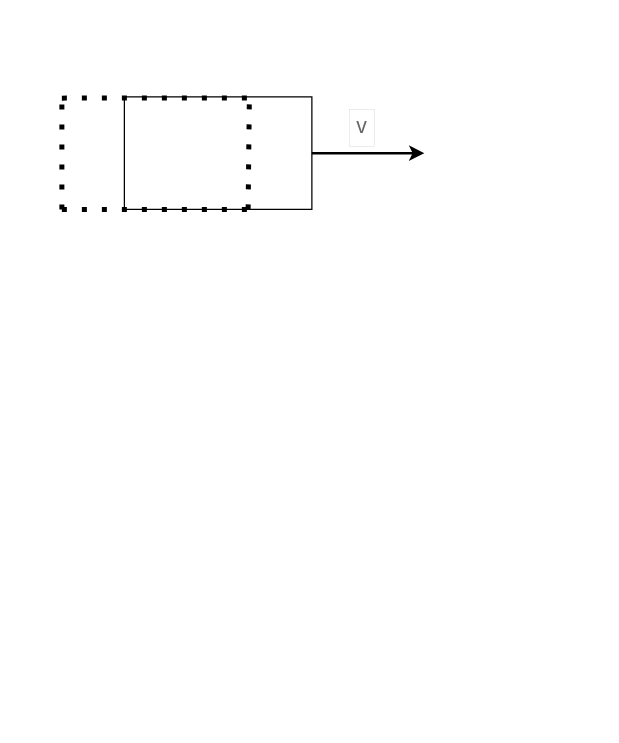
The draw.io diagram Untitled Diagram.drawio in RefractiveIndexbellow1/Math-ia-diagrams, before the edit. Source tidied: cells renumbered, new cells numbered last; positions are measured from the earlier drawing's top-left corner, leaving out a move shared by most shapes. Both pictures are drawn from the tidied source at 125%, with x=0, y=0 at pixel (61, 96). Pictures stored in the file or linked from it are replaced by grey dashed boxes.
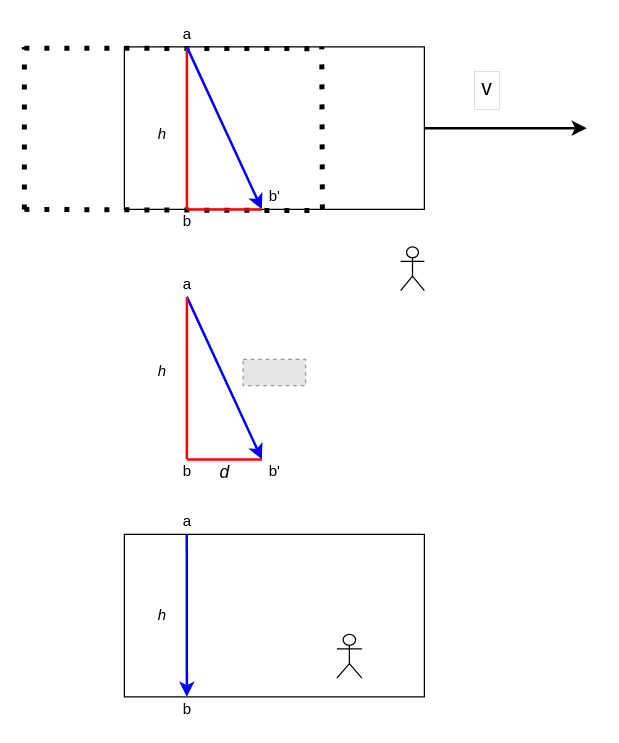
After the change.

Change to the diagram source:
```diff
@@
     <mxCell id="2" style="rounded=0;whiteSpace=wrap;html=1;" parent="1" vertex="1">
-      <mxGeometry x="50" width="150" height="90" as="geometry" />
+      <mxGeometry x="50" y="-40" width="240" height="130" as="geometry" />
     </mxCell>
     <mxCell id="3" style="endArrow=none;dashed=1;html=1;dashPattern=1 3;strokeWidth=4;rounded=0;" parent="1" edge="1">
       <mxGeometry relative="1" as="geometry">
-        <mxPoint y="90" as="sourcePoint" />
-        <mxPoint as="targetPoint" />
+        <mxPoint x="-30" y="90" as="sourcePoint" />
+        <mxPoint x="-30" y="-40" as="targetPoint" />
       </mxGeometry>
     </mxCell>
     <mxCell id="4" style="endArrow=none;dashed=1;html=1;dashPattern=1 3;strokeWidth=4;rounded=0;entryX=0.66;entryY=0.011;entryDx=0;entryDy=0;entryPerimeter=0;endSize=6;" parent="1" edge="1" target="2">
       <mxGeometry relative="1" as="geometry">
-        <mxPoint y="1" as="sourcePoint" />
+        <mxPoint x="-30" y="-39" as="sourcePoint" />
       </mxGeometry>
     </mxCell>
-    <mxCell id="5" style="endArrow=none;dashed=1;html=1;dashPattern=1 3;strokeWidth=4;rounded=0;exitX=0.66;exitY=1;exitDx=0;exitDy=0;exitPerimeter=0;" parent="1" edge="1" source="2">
-      <mxGeometry relative="1" as="geometry">
-        <mxPoint x="150" as="targetPoint" />
-      </mxGeometry>
+    <mxCell id="5" style="endArrow=none;dashed=1;html=1;dashPattern=1 3;strokeWidth=4;rounded=0;exitX=0.66;exitY=1;exitDx=0;exitDy=0;exitPerimeter=0;entryX=0.658;entryY=0;entryDx=0;entryDy=0;entryPerimeter=0;" parent="1" edge="1" source="2" target="2">
+      <mxGeometry relative="1" as="geometry" />
     </mxCell>
-    <mxCell id="6" style="endArrow=none;dashed=1;html=1;dashPattern=1 3;strokeWidth=4;rounded=0;endSize=6;" parent="1" edge="1">
+    <mxCell id="6" style="endArrow=none;dashed=1;html=1;dashPattern=1 3;strokeWidth=4;rounded=0;endSize=6;entryX=0.658;entryY=1.008;entryDx=0;entryDy=0;entryPerimeter=0;" parent="1" edge="1" target="2">
       <mxGeometry relative="1" as="geometry">
-        <mxPoint y="90" as="sourcePoint" />
-        <mxPoint x="150" y="90" as="targetPoint" />
+        <mxPoint x="-30" y="90" as="sourcePoint" />
       </mxGeometry>
     </mxCell>
     <mxCell id="7" style="endArrow=classic;html=1;rounded=0;endSize=6;strokeWidth=2;exitX=1;exitY=0.5;exitDx=0;exitDy=0;" parent="1" edge="1" source="2">
       <mxGeometry relative="1" as="geometry">
-        <mxPoint x="290" y="45" as="targetPoint" />
+        <mxPoint x="420" y="25" as="targetPoint" />
       </mxGeometry>
     </mxCell>
-    <mxCell id="8" value="v" style="strokeWidth=0;shadow=0;dashed=0;align=center;html=1;shape=mxgraph.mockup.text.textBox;fontColor=#666666;align=left;fontSize=17;spacingLeft=4;spacingTop=-3;strokeColor=#666666;mainText=;" parent="1" vertex="1">
-      <mxGeometry x="230" y="10" width="20" height="30" as="geometry" />
+    <mxCell id="8" value="&lt;font color=&quot;#000000&quot;&gt;v&lt;/font&gt;" style="strokeWidth=0;shadow=0;dashed=0;align=center;html=1;shape=mxgraph.mockup.text.textBox;fontColor=#666666;align=left;fontSize=17;spacingLeft=4;spacingTop=-3;strokeColor=#000000;mainText=;" parent="1" vertex="1">
+      <mxGeometry x="330" y="-20" width="20" height="30" as="geometry" />
     </mxCell>
+    <mxCell id="9" style="endArrow=none;html=1;rounded=0;endSize=6;strokeWidth=2;strokeColor=#FF0000;" parent="1" edge="1">
+      <mxGeometry relative="1" as="geometry">
+        <mxPoint x="100" y="-40" as="sourcePoint" />
+        <mxPoint x="100" y="90" as="targetPoint" />
+      </mxGeometry>
+    </mxCell>
+    <mxCell id="10" style="endArrow=classic;html=1;rounded=0;fontColor=#000000;endSize=6;strokeWidth=2;strokeColor=#0000FF;" parent="1" edge="1">
+      <mxGeometry relative="1" as="geometry">
+        <mxPoint x="100" y="-40" as="sourcePoint" />
+        <mxPoint x="160" y="90" as="targetPoint" />
+      </mxGeometry>
+    </mxCell>
+    <mxCell id="11" style="endArrow=none;html=1;rounded=0;fontColor=#000000;endSize=6;strokeWidth=2;strokeColor=#FF0000;" parent="1" edge="1">
+      <mxGeometry relative="1" as="geometry">
+        <mxPoint x="100" y="90" as="sourcePoint" />
+        <mxPoint x="160" y="90" as="targetPoint" />
+      </mxGeometry>
+    </mxCell>
+    <mxCell id="12" style="rounded=0;whiteSpace=wrap;html=1;fontColor=#000000;strokeColor=#000000;strokeWidth=1;" parent="1" vertex="1">
+      <mxGeometry x="50" y="350" width="240" height="130" as="geometry" />
+    </mxCell>
+    <mxCell id="13" style="endArrow=classic;html=1;rounded=0;fontColor=#000000;endSize=6;strokeColor=#0000FF;strokeWidth=2;" parent="1" edge="1">
+      <mxGeometry relative="1" as="geometry">
+        <mxPoint x="100" y="160" as="sourcePoint" />
+        <mxPoint x="160" y="290" as="targetPoint" />
+      </mxGeometry>
+    </mxCell>
+    <mxCell id="14" style="endArrow=none;html=1;rounded=0;fontColor=#000000;endSize=6;strokeColor=#FF0000;strokeWidth=2;" parent="1" edge="1">
+      <mxGeometry relative="1" as="geometry">
+        <mxPoint x="100" y="290" as="sourcePoint" />
+        <mxPoint x="160" y="290" as="targetPoint" />
+      </mxGeometry>
+    </mxCell>
+    <mxCell id="15" style="endArrow=none;html=1;rounded=0;fontColor=#000000;endSize=6;strokeColor=#FF0000;strokeWidth=2;" parent="1" edge="1">
+      <mxGeometry relative="1" as="geometry">
+        <mxPoint x="100" y="290" as="sourcePoint" />
+        <mxPoint x="100" y="160" as="targetPoint" />
+      </mxGeometry>
+    </mxCell>
+    <mxCell id="16" style="endArrow=classic;html=1;rounded=0;fontColor=#000000;endSize=6;strokeColor=#0000FF;strokeWidth=2;exitX=0.208;exitY=0;exitDx=0;exitDy=0;exitPerimeter=0;" parent="1" edge="1" source="12">
+      <mxGeometry relative="1" as="geometry">
+        <mxPoint x="100" y="480" as="targetPoint" />
+      </mxGeometry>
+    </mxCell>
+    <mxCell id="17" value="a" style="text;html=1;align=center;verticalAlign=middle;strokeColor=none;fillColor=none;fontColor=#000000;" parent="1" vertex="1">
+      <mxGeometry x="90" y="140" width="20" height="20" as="geometry" />
+    </mxCell>
+    <mxCell id="18" value="b" style="text;html=1;align=center;verticalAlign=middle;strokeColor=none;fillColor=none;fontColor=#000000;" parent="1" vertex="1">
+      <mxGeometry x="90" y="290" width="20" height="20" as="geometry" />
+    </mxCell>
+    <mxCell id="19" value="b'" style="text;html=1;align=center;verticalAlign=middle;strokeColor=none;fillColor=none;fontColor=#000000;" parent="1" vertex="1">
+      <mxGeometry x="160" y="290" width="20" height="20" as="geometry" />
+    </mxCell>
+    <mxCell id="20" value="&lt;i&gt;h&lt;/i&gt;" style="text;html=1;align=center;verticalAlign=middle;strokeColor=none;fillColor=none;fontColor=#000000;" parent="1" vertex="1">
+      <mxGeometry x="70" y="210" width="20" height="20" as="geometry" />
+    </mxCell>
+    <mxCell id="21" value="&lt;span style=&quot;font-family: &amp;#34;arial&amp;#34; , sans-serif ; font-size: 14px ; text-align: left ; background-color: rgb(255 , 255 , 255)&quot;&gt;&lt;i&gt;d&lt;/i&gt;&lt;/span&gt;" style="text;html=1;align=center;verticalAlign=middle;strokeColor=none;fillColor=none;fontColor=#000000;" parent="1" vertex="1">
+      <mxGeometry x="120" y="290" width="20" height="20" as="geometry" />
+    </mxCell>
+    <mxCell id="22" style="fillColor=#E6E6E6;strokeColor=#999999;dashed=1;verticalLabelPosition=bottom;verticalAlign=top;fontColor=#000000;" parent="1" vertex="1">
+      <mxGeometry x="145" y="210" width="50" height="21" as="geometry" />
+    </mxCell>
+    <mxCell id="23" value="b'" style="text;html=1;align=center;verticalAlign=middle;strokeColor=none;fillColor=none;fontColor=#000000;" parent="1" vertex="1">
+      <mxGeometry x="160" y="70" width="20" height="20" as="geometry" />
+    </mxCell>
+    <mxCell id="24" value="b" style="text;html=1;align=center;verticalAlign=middle;strokeColor=none;fillColor=none;fontColor=#000000;" parent="1" vertex="1">
+      <mxGeometry x="90" y="90" width="20" height="20" as="geometry" />
+    </mxCell>
+    <mxCell id="25" value="a" style="text;html=1;align=center;verticalAlign=middle;strokeColor=none;fillColor=none;fontColor=#000000;" parent="1" vertex="1">
+      <mxGeometry x="90" y="-60" width="20" height="20" as="geometry" />
+    </mxCell>
+    <mxCell id="26" value="&lt;i&gt;h&lt;/i&gt;" style="text;html=1;align=center;verticalAlign=middle;strokeColor=none;fillColor=none;fontColor=#000000;" parent="1" vertex="1">
+      <mxGeometry x="70" y="20" width="20" height="20" as="geometry" />
+    </mxCell>
+    <mxCell id="27" value="a" style="text;html=1;align=center;verticalAlign=middle;strokeColor=none;fillColor=none;fontColor=#000000;" parent="1" vertex="1">
+      <mxGeometry x="90" y="330" width="20" height="20" as="geometry" />
+    </mxCell>
+    <mxCell id="28" value="b" style="text;html=1;align=center;verticalAlign=middle;strokeColor=none;fillColor=none;fontColor=#000000;" parent="1" vertex="1">
+      <mxGeometry x="90" y="480" width="20" height="20" as="geometry" />
+    </mxCell>
+    <mxCell id="29" value="&lt;i&gt;h&lt;/i&gt;" style="text;html=1;align=center;verticalAlign=middle;strokeColor=none;fillColor=none;fontColor=#000000;" parent="1" vertex="1">
+      <mxGeometry x="70" y="405" width="20" height="20" as="geometry" />
+    </mxCell>
+    <mxCell id="30" style="shape=umlActor;verticalLabelPosition=bottom;verticalAlign=top;html=1;fontColor=#000000;strokeColor=#000000;strokeWidth=1;" parent="1" vertex="1">
+      <mxGeometry x="220" y="430" width="20" height="35" as="geometry" />
+    </mxCell>
+    <mxCell id="31" style="shape=umlActor;verticalLabelPosition=bottom;verticalAlign=top;html=1;fontColor=#000000;strokeColor=#000000;strokeWidth=1;" parent="1" vertex="1">
+      <mxGeometry x="271" y="120" width="19" height="35" as="geometry" />
+    </mxCell>
```
